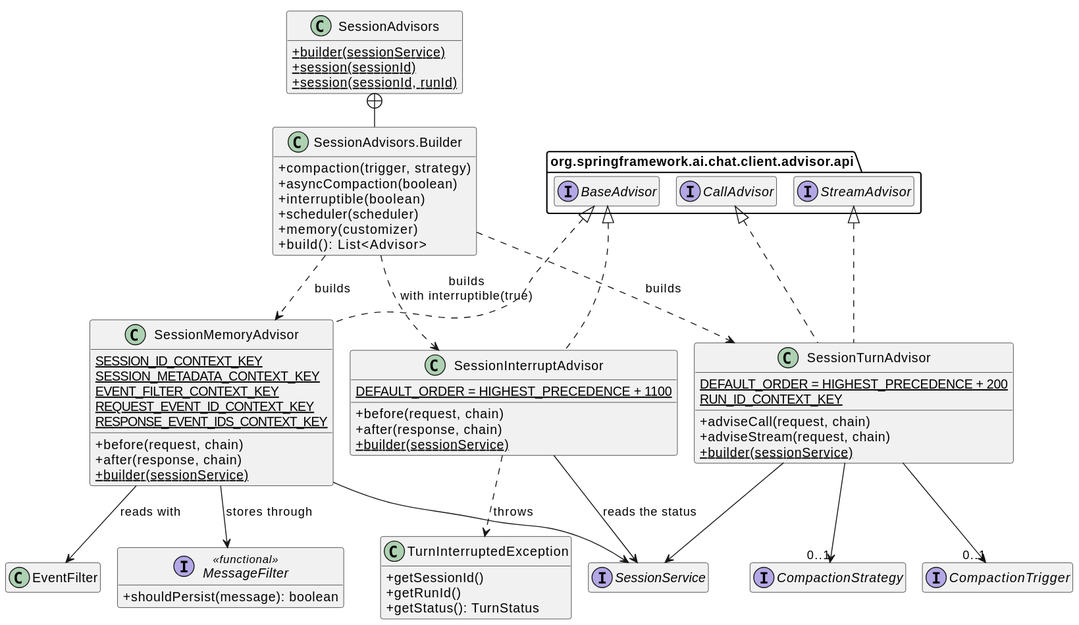
The PlantUML diagram spring-ai-docs/src/main/antora/modules/ROOT/images/session/session-advisors-classes.svg in spring-projects/spring-ai, before a commit.
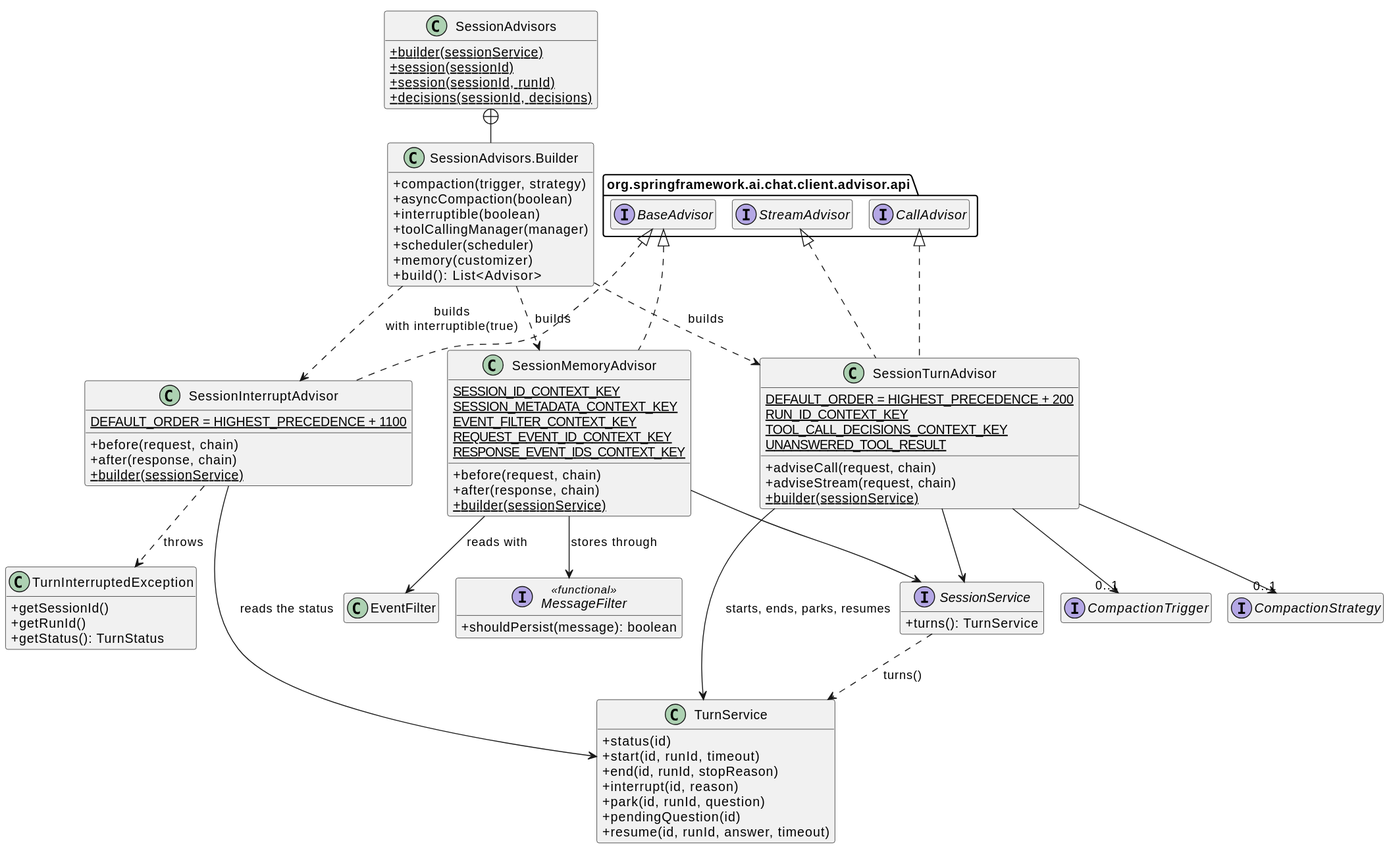
The same file after the commit.

Change to the diagram source:
```diff
@@ -15,11 +15,13 @@
   {static} +builder(sessionService)
   {static} +session(sessionId)
   {static} +session(sessionId, runId)
+  {static} +decisions(sessionId, decisions)
 }
 class "SessionAdvisors.Builder" as SAB {
   +compaction(trigger, strategy)
   +asyncCompaction(boolean)
   +interruptible(boolean)
+  +toolCallingManager(manager)
   +scheduler(scheduler)
   +memory(customizer)
   +build(): List<Advisor>
@@ -27,6 +29,8 @@
 class SessionTurnAdvisor {
   {static} DEFAULT_ORDER = HIGHEST_PRECEDENCE + 200
   {static} RUN_ID_CONTEXT_KEY
+  {static} TOOL_CALL_DECISIONS_CONTEXT_KEY
+  {static} UNANSWERED_TOOL_RESULT
   +adviseCall(request, chain)
   +adviseStream(request, chain)
   {static} +builder(sessionService)
@@ -52,7 +56,18 @@
   +after(response, chain)
   {static} +builder(sessionService)
 }
-interface SessionService
+interface SessionService {
+  +turns(): TurnService
+}
+class TurnService {
+  +status(id)
+  +start(id, runId, timeout)
+  +end(id, runId, stopReason)
+  +interrupt(id, reason)
+  +park(id, runId, question)
+  +pendingQuestion(id)
+  +resume(id, runId, answer, timeout)
+}
 interface MessageFilter <<functional>> {
   +shouldPersist(message): boolean
 }
@@ -69,11 +84,13 @@
 SAB ..> SessionInterruptAdvisor : builds\nwith interruptible(true)
 SAB ..> SessionMemoryAdvisor : builds
 SessionTurnAdvisor --> SessionService
-SessionInterruptAdvisor --> SessionService : reads the status
+SessionTurnAdvisor --> TurnService : starts, ends, parks, resumes
+SessionInterruptAdvisor --> TurnService : reads the status
 SessionInterruptAdvisor ..> TurnInterruptedException : throws
 SessionTurnAdvisor --> "0..1" CompactionTrigger
 SessionTurnAdvisor --> "0..1" CompactionStrategy
 SessionMemoryAdvisor --> SessionService
+SessionService ..> TurnService : turns()
 SessionMemoryAdvisor --> EventFilter : reads with
 SessionMemoryAdvisor --> MessageFilter : stores through
 @enduml
```
